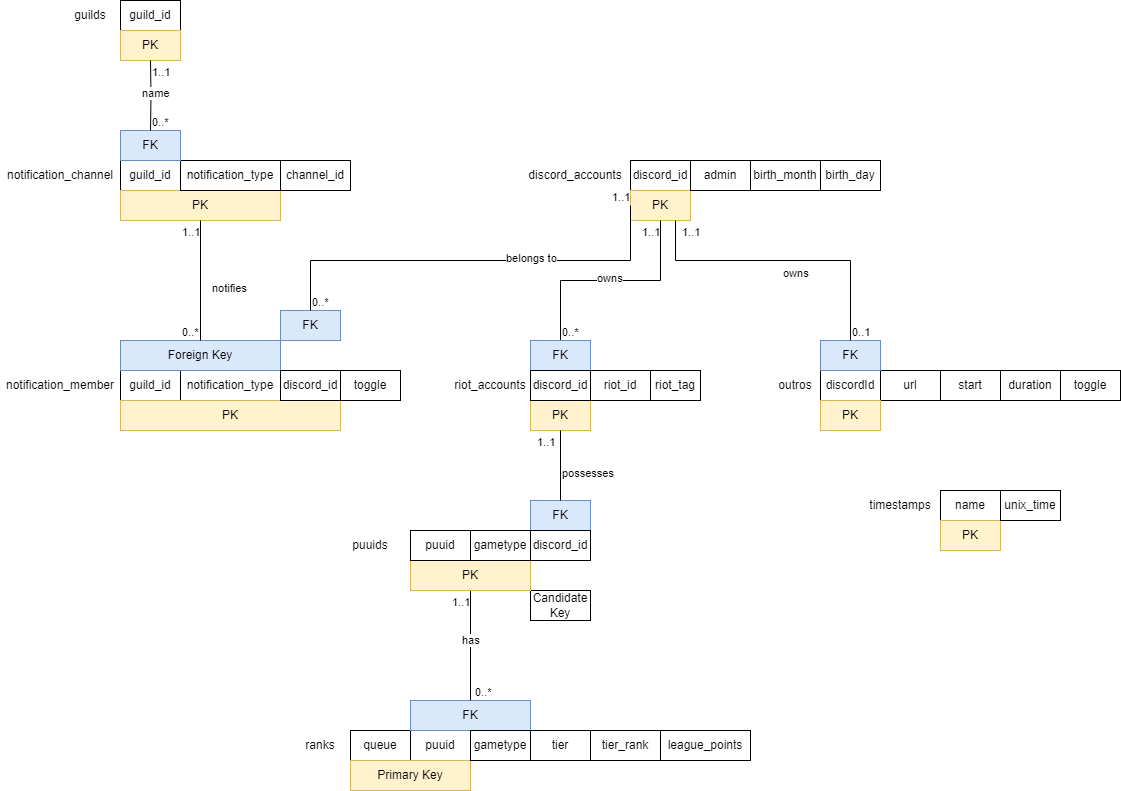
The draw.io diagram documentation/Relational Database Structure.drawio.png in nathan-lai-engineering/discord-bot, before a commit. Source tidied: cells renumbered, new cells last; positions are measured from the earlier drawing's top-left corner, leaving out a move shared by most shapes.
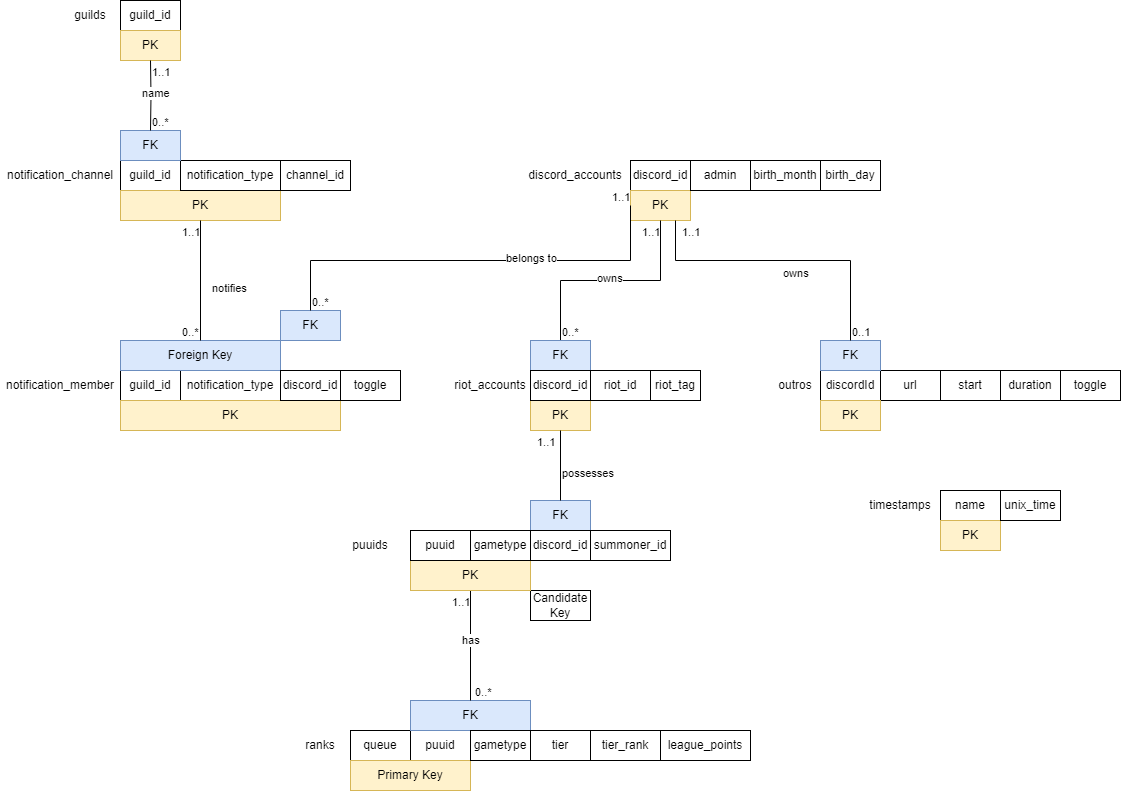
After the change.

Commit message:
add summoner_id to puuids

Change to the diagram source:
```diff
@@ -259,5 +259,8 @@
         <mxPoint x="-25" y="20" as="offset" />
       </mxGeometry>
     </mxCell>
+    <mxCell id="79" value="summoner_id" style="text;html=1;strokeColor=default;fillColor=none;align=center;verticalAlign=middle;whiteSpace=wrap;rounded=0;" parent="1" vertex="1">
+      <mxGeometry x="590" y="530" width="80" height="30" as="geometry" />
+    </mxCell>
   </root>
 </mxGraphModel>
```
